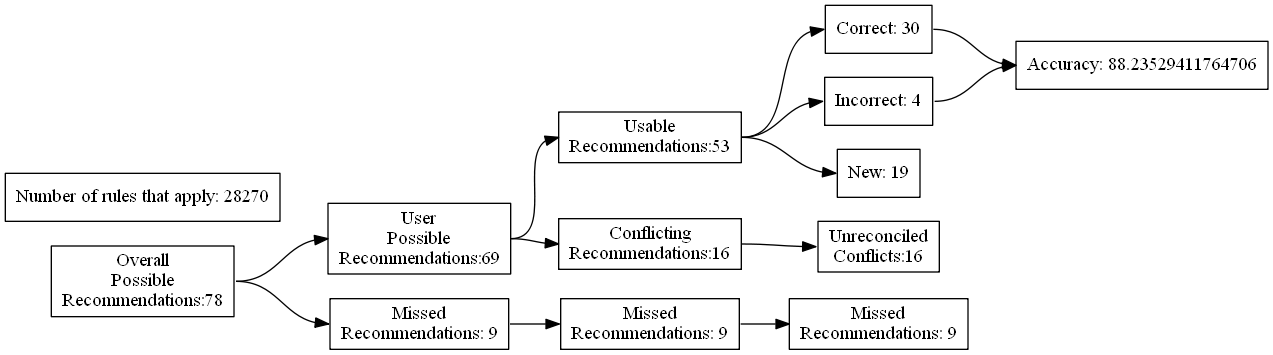
ZaxR/ibd_diet_analysis keeps this Graphviz diagram as test_renders/41.gv.png. Above is the earlier version. Its source is kept beside it as test_renders/41.gv. Source of this version:
```dot
digraph {
	graph [rankdir=LR]
	node [pos=r shape=box]
	edge [headport=w tailport=e]
		A [label="Overall
Possible
Recommendations:78"]
		B [label="User
Possible
Recommendations:69"]
		C [label="Missed
Recommendations: 9"]
		D [label="Usable
Recommendations:53"]
		E [label="Conflicting
Recommendations:16"]
		J [label="Missed
Recommendations: 9"]
		M [label="Unreconciled
Conflicts:16"]
		F [label="Correct: 30"]
		G [label="Incorrect: 4"]
		H [label="New: 19"]
		K [label="Missed
Recommendations: 9"]
		I [label="Accuracy: 88.23529411764706"]
		l [label="Number of rules that apply: 28270"]
			A -> B
			A -> C
			B -> D
			B -> E
			D -> F
			D -> G
			D -> H
			F -> I
			G -> I
			C -> J
			J -> K
			E -> M
}
```
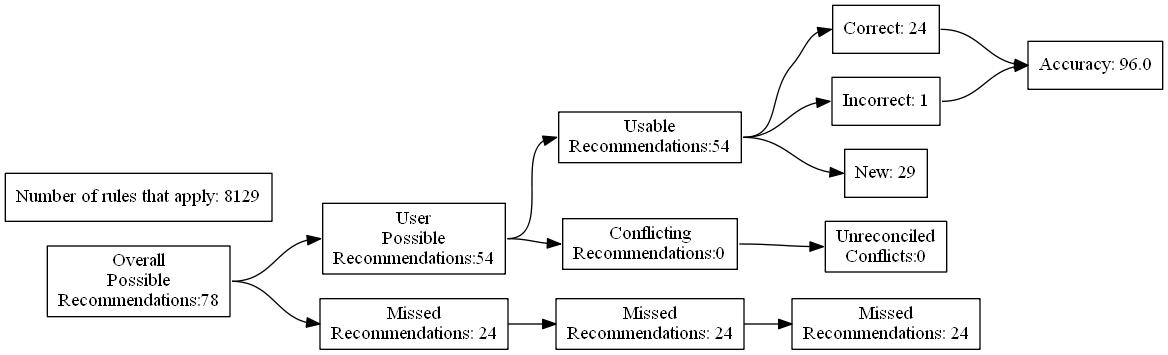
After the commit.

The edit, as a diff of the source:
```diff
@@ -7,24 +7,24 @@
 Recommendations:78"]
 		B [label="User
 Possible
-Recommendations:69"]
+Recommendations:54"]
 		C [label="Missed
-Recommendations: 9"]
+Recommendations: 24"]
 		D [label="Usable
-Recommendations:53"]
+Recommendations:54"]
 		E [label="Conflicting
-Recommendations:16"]
+Recommendations:0"]
 		J [label="Missed
-Recommendations: 9"]
+Recommendations: 24"]
 		M [label="Unreconciled
-Conflicts:16"]
-		F [label="Correct: 30"]
-		G [label="Incorrect: 4"]
-		H [label="New: 19"]
+Conflicts:0"]
+		F [label="Correct: 24"]
+		G [label="Incorrect: 1"]
+		H [label="New: 29"]
 		K [label="Missed
-Recommendations: 9"]
-		I [label="Accuracy: 88.23529411764706"]
-		l [label="Number of rules that apply: 28270"]
+Recommendations: 24"]
+		I [label="Accuracy: 96.0"]
+		l [label="Number of rules that apply: 8129"]
 			A -> B
 			A -> C
 			B -> D
```
